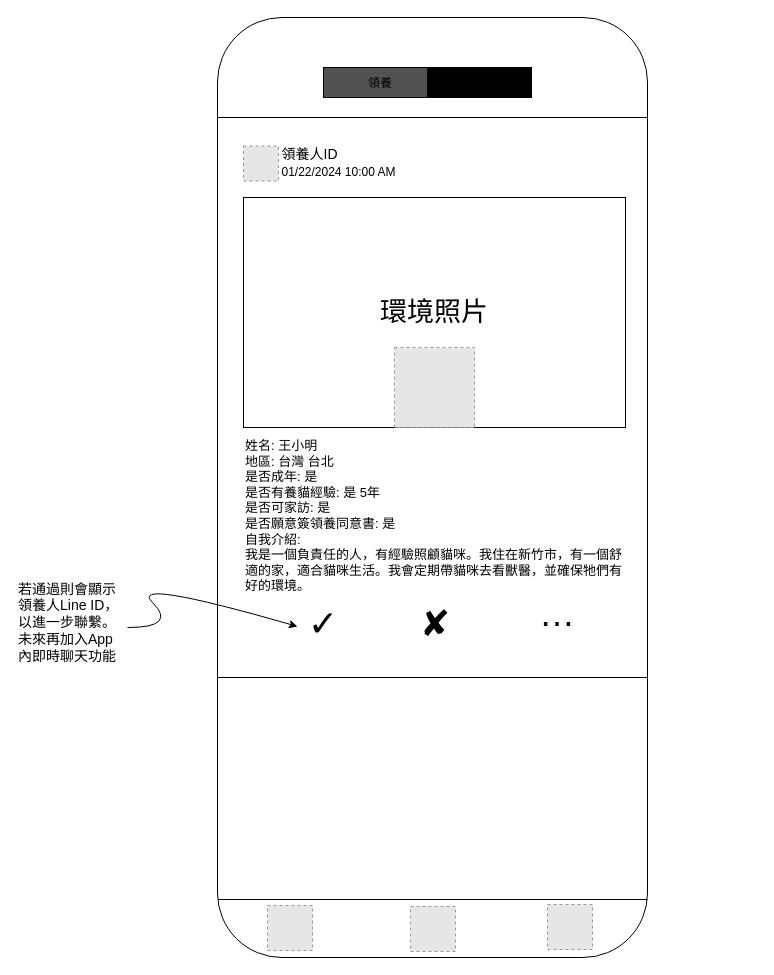
The draw.io diagram page "我的頁面/領養" (3 of 6) of MyApps/PetAdotion.drawio in vinceliao99/MyDiagrams, before the edit. Source tidied: cells renumbered, new cells numbered last; positions are measured from the earlier drawing's top-left corner, leaving out a move shared by most shapes. Both pictures are drawn from the tidied source at 100%, with x=0, y=0 at pixel (17, 17). Pictures stored in the file or linked from it are replaced by grey dashed boxes.
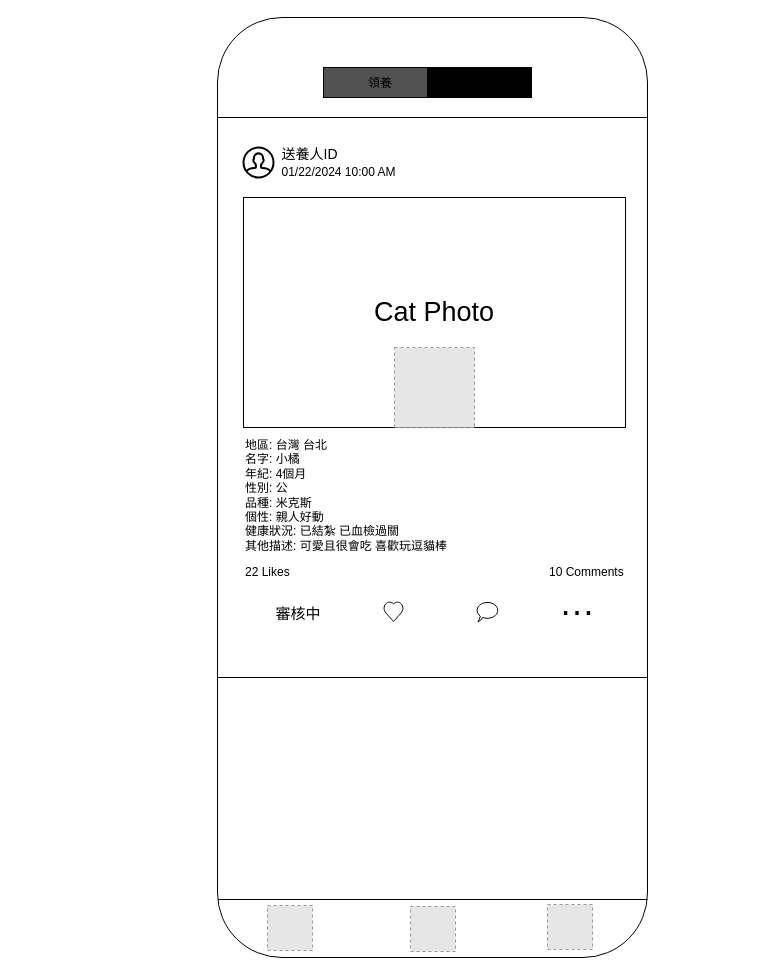
The same page after the edit.

What changed in the source:
```diff
@@
-    <mxCell id="5" style="group;" parent="1" vertex="1">
-      <mxGeometry x="200" y="100" width="540" height="610" as="geometry" />
-    </mxCell>
-    <mxCell id="6" style="rounded=0;whiteSpace=wrap;html=1;" parent="5" vertex="1">
-      <mxGeometry width="430" height="560" as="geometry" />
-    </mxCell>
-    <mxCell id="7" value="&lt;span style=&quot;font-size: 27px;&quot;&gt;環境照片&lt;/span&gt;" style="rounded=0;whiteSpace=wrap;html=1;" parent="5" vertex="1">
-      <mxGeometry x="26" y="80" width="382" height="230" as="geometry" />
-    </mxCell>
-    <mxCell id="8" style="group;" parent="5" vertex="1">
-      <mxGeometry x="26" y="22" width="160" height="48" as="geometry" />
-    </mxCell>
-    <mxCell id="9" value="&lt;span style=&quot;font-size: 14px;&quot;&gt;領養人ID&lt;/span&gt;" style="text;html=1;strokeColor=none;fillColor=none;align=center;verticalAlign=middle;whiteSpace=wrap;rounded=0;" parent="8" vertex="1">
-      <mxGeometry x="32" width="69" height="30" as="geometry" />
-    </mxCell>
-    <mxCell id="10" value="01/22/2024 10:00 AM" style="text;html=1;strokeColor=none;fillColor=none;align=center;verticalAlign=middle;whiteSpace=wrap;rounded=0;" parent="8" vertex="1">
-      <mxGeometry x="31" y="18" width="129" height="30" as="geometry" />
-    </mxCell>
-    <mxCell id="11" style="fillColor=#E6E6E6;strokeColor=#999999;dashed=1;verticalLabelPosition=bottom;labelBackgroundColor=default;verticalAlign=top;" parent="8" vertex="1">
-      <mxGeometry y="6.5" width="35" height="35" as="geometry" />
-    </mxCell>
-    <mxCell id="12" value="&lt;font style=&quot;font-size: 13px;&quot;&gt;姓名: 王小明&lt;br&gt;地區: 台灣 台北&lt;br&gt;是否成年: 是&amp;nbsp;&lt;br&gt;是否有養貓經驗: 是 5年&lt;br&gt;是否可家訪: 是&lt;br&gt;是否願意簽領養同意書: 是&lt;br&gt;自我介紹:&lt;br&gt;&lt;/font&gt;&lt;div style=&quot;font-size: 13px;&quot;&gt;&lt;font style=&quot;font-size: 13px;&quot;&gt;我是一個負責任的人，有經驗照顧貓咪。我住在新竹市，有一個舒適的家，適合貓咪生活。我會定期帶貓咪去看獸醫，並確保牠們有好的環境。&lt;/font&gt;&lt;/div&gt;" style="text;html=1;strokeColor=none;fillColor=none;align=left;verticalAlign=top;whiteSpace=wrap;rounded=0;" parent="5" vertex="1">
-      <mxGeometry x="26" y="314" width="384" height="210" as="geometry" />
-    </mxCell>
-    <mxCell id="13" style="fillColor=#E6E6E6;strokeColor=#999999;dashed=1;html=1;verticalAlign=top;verticalLabelPosition=bottom;labelBackgroundColor=#ffffff;fontColor=#000000;" parent="5" vertex="1">
-      <mxGeometry x="177" y="230" width="80" height="80" as="geometry" />
-    </mxCell>
-    <mxCell id="14" style="group;" parent="5" vertex="1">
-      <mxGeometry x="76" y="481" width="294" height="40" as="geometry" />
-    </mxCell>
-    <mxCell id="15" value="…" style="text;html=1;strokeColor=none;fillColor=none;align=center;verticalAlign=middle;whiteSpace=wrap;rounded=0;fontSize=36;" parent="14" vertex="1">
-      <mxGeometry x="234" width="60" height="30" as="geometry" />
-    </mxCell>
-    <mxCell id="16" value="✓" style="text;html=1;strokeColor=none;fillColor=none;align=center;verticalAlign=middle;whiteSpace=wrap;rounded=0;fontSize=36;" parent="14" vertex="1">
-      <mxGeometry y="10" width="60" height="30" as="geometry" />
-    </mxCell>
-    <mxCell id="17" value="✘" style="text;html=1;strokeColor=none;fillColor=none;align=center;verticalAlign=middle;whiteSpace=wrap;rounded=0;fontSize=36;" parent="14" vertex="1">
-      <mxGeometry x="112" y="10" width="60" height="30" as="geometry" />
-    </mxCell>
-    <mxCell id="18" value="&lt;div style=&quot;text-align: left;&quot;&gt;&lt;span style=&quot;background-color: initial;&quot;&gt;&lt;font style=&quot;font-size: 14px;&quot;&gt;若通過則會顯示領養人Line ID，以進一步聯繫。未來再加入App內即時聊天功能&lt;/font&gt;&lt;/span&gt;&lt;/div&gt;" style="text;html=1;strokeColor=none;fillColor=none;align=center;verticalAlign=middle;whiteSpace=wrap;rounded=0;" parent="1" vertex="1">
-      <mxGeometry y="590" width="110" height="30" as="geometry" />
-    </mxCell>
-    <mxCell id="19" style="curved=1;endArrow=classic;html=1;rounded=0;" parent="1" edge="1">
-      <mxGeometry relative="1" as="geometry">
-        <mxPoint x="110" y="610" as="sourcePoint" />
-        <mxPoint x="280" y="609" as="targetPoint" />
-        <Array as="points">
-          <mxPoint x="160" y="610" />
-          <mxPoint x="110" y="560" />
-        </Array>
-      </mxGeometry>
-    </mxCell>
@@
+    <mxCell id="28" style="rounded=0;whiteSpace=wrap;html=1;" parent="1" vertex="1">
+      <mxGeometry x="200" y="100" width="430" height="560" as="geometry" />
+    </mxCell>
+    <mxCell id="29" value="&lt;font style=&quot;font-size: 27px;&quot;&gt;Cat Photo&lt;/font&gt;" style="rounded=0;whiteSpace=wrap;html=1;" parent="1" vertex="1">
+      <mxGeometry x="226" y="180" width="382" height="230" as="geometry" />
+    </mxCell>
+    <mxCell id="30" style="group;" parent="1" vertex="1">
+      <mxGeometry x="226" y="122" width="160" height="48" as="geometry" />
+    </mxCell>
+    <mxCell id="31" style="html=1;verticalLabelPosition=bottom;align=center;labelBackgroundColor=#ffffff;verticalAlign=top;strokeWidth=2;strokeColor=#000000;shadow=0;dashed=0;shape=mxgraph.ios7.icons.user;" parent="30" vertex="1">
+      <mxGeometry y="8" width="30" height="30" as="geometry" />
+    </mxCell>
+    <mxCell id="32" value="&lt;span style=&quot;font-size: 14px;&quot;&gt;送養人ID&lt;/span&gt;" style="text;html=1;strokeColor=none;fillColor=none;align=center;verticalAlign=middle;whiteSpace=wrap;rounded=0;" parent="30" vertex="1">
+      <mxGeometry x="32" width="69" height="30" as="geometry" />
+    </mxCell>
+    <mxCell id="10" value="01/22/2024 10:00 AM" style="text;html=1;strokeColor=none;fillColor=none;align=center;verticalAlign=middle;whiteSpace=wrap;rounded=0;" parent="30" vertex="1">
+      <mxGeometry x="31" y="18" width="129" height="30" as="geometry" />
+    </mxCell>
+    <mxCell id="33" value="地區: 台灣 台北&lt;br&gt;名字: 小橘&lt;br&gt;年紀: 4個月&lt;br&gt;性別: 公&lt;br&gt;品種: 米克斯&lt;br&gt;個性: 親人好動&lt;br&gt;健康狀況: 已結紮 已血檢過關&lt;br&gt;其他描述: 可愛且很會吃 喜歡玩逗貓棒" style="text;html=1;strokeColor=none;fillColor=none;align=left;verticalAlign=top;whiteSpace=wrap;rounded=0;" parent="1" vertex="1">
+      <mxGeometry x="226" y="414" width="384" height="210" as="geometry" />
+    </mxCell>
+    <mxCell id="34" style="fillColor=#E6E6E6;strokeColor=#999999;dashed=1;html=1;verticalAlign=top;verticalLabelPosition=bottom;labelBackgroundColor=#ffffff;fontColor=#000000;" parent="1" vertex="1">
+      <mxGeometry x="377" y="330" width="80" height="80" as="geometry" />
+    </mxCell>
+    <mxCell id="35" style="verticalLabelPosition=bottom;verticalAlign=top;html=1;shape=mxgraph.basic.heart;" parent="1" vertex="1">
+      <mxGeometry x="366" y="584" width="20" height="20" as="geometry" />
+    </mxCell>
+    <mxCell id="36" style="whiteSpace=wrap;html=1;shape=mxgraph.basic.oval_callout;" parent="1" vertex="1">
+      <mxGeometry x="458.5" y="584" width="23" height="20" as="geometry" />
+    </mxCell>
+    <mxCell id="15" value="…" style="text;html=1;strokeColor=none;fillColor=none;align=center;verticalAlign=middle;whiteSpace=wrap;rounded=0;fontSize=36;" parent="1" vertex="1">
+      <mxGeometry x="530" y="570" width="60" height="30" as="geometry" />
+    </mxCell>
+    <mxCell id="37" value="22 Likes" style="text;html=1;strokeColor=none;fillColor=none;align=left;verticalAlign=middle;whiteSpace=wrap;rounded=0;" parent="1" vertex="1">
+      <mxGeometry x="226" y="540" width="60" height="30" as="geometry" />
+    </mxCell>
+    <mxCell id="38" value="10 Comments" style="text;html=1;strokeColor=none;fillColor=none;align=left;verticalAlign=middle;whiteSpace=wrap;rounded=0;" parent="1" vertex="1">
+      <mxGeometry x="530" y="540" width="90" height="30" as="geometry" />
+    </mxCell>
+    <mxCell id="39" value="&lt;font style=&quot;font-size: 15px;&quot;&gt;審核中&lt;/font&gt;" style="text;html=1;strokeColor=none;fillColor=none;align=center;verticalAlign=middle;whiteSpace=wrap;rounded=0;" parent="1" vertex="1">
+      <mxGeometry x="251" y="581" width="60" height="30" as="geometry" />
+    </mxCell>
```
